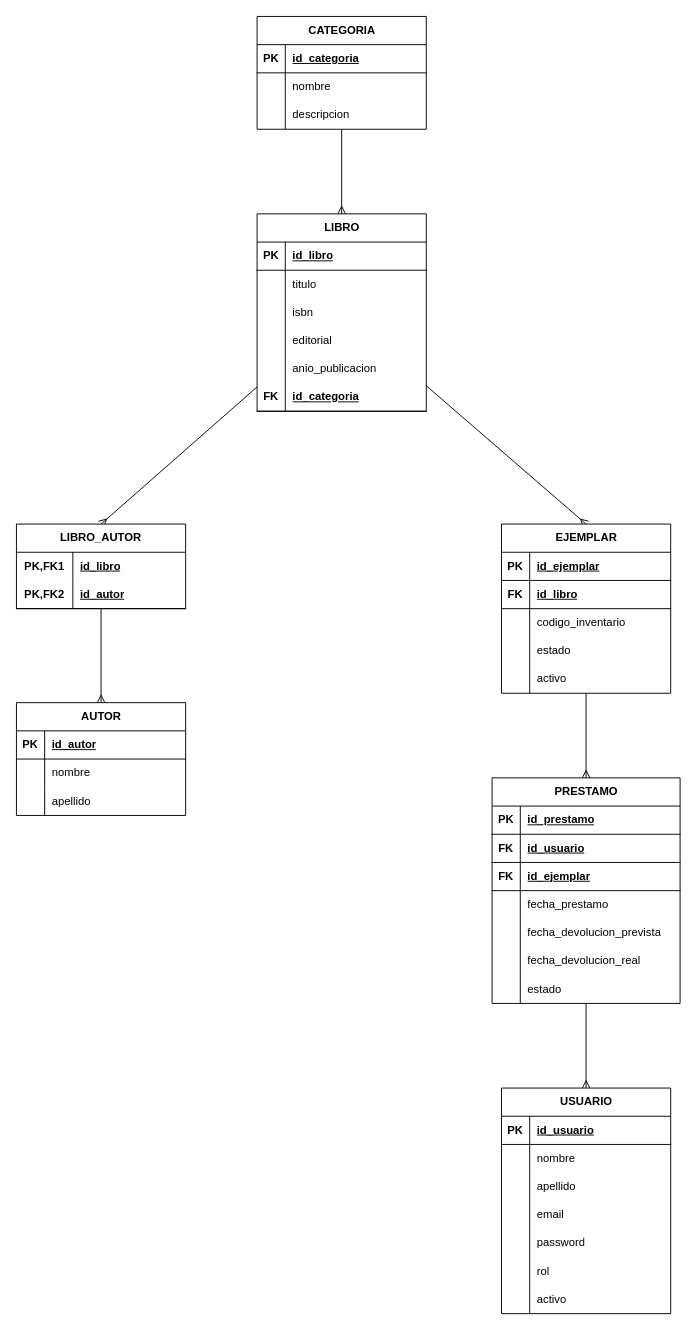
Above: database/DER-BiblioGest.drawio in LuMendez7/TRABAJO-FINAL---GRUPO-205 (draw.io), before the change. Source tidied: cells renumbered, new cells numbered last; positions are measured from the earlier drawing's top-left corner, leaving out a move shared by most shapes. Both pictures are drawn from the tidied source at 94%, with x=0, y=0 at pixel (16, 16).
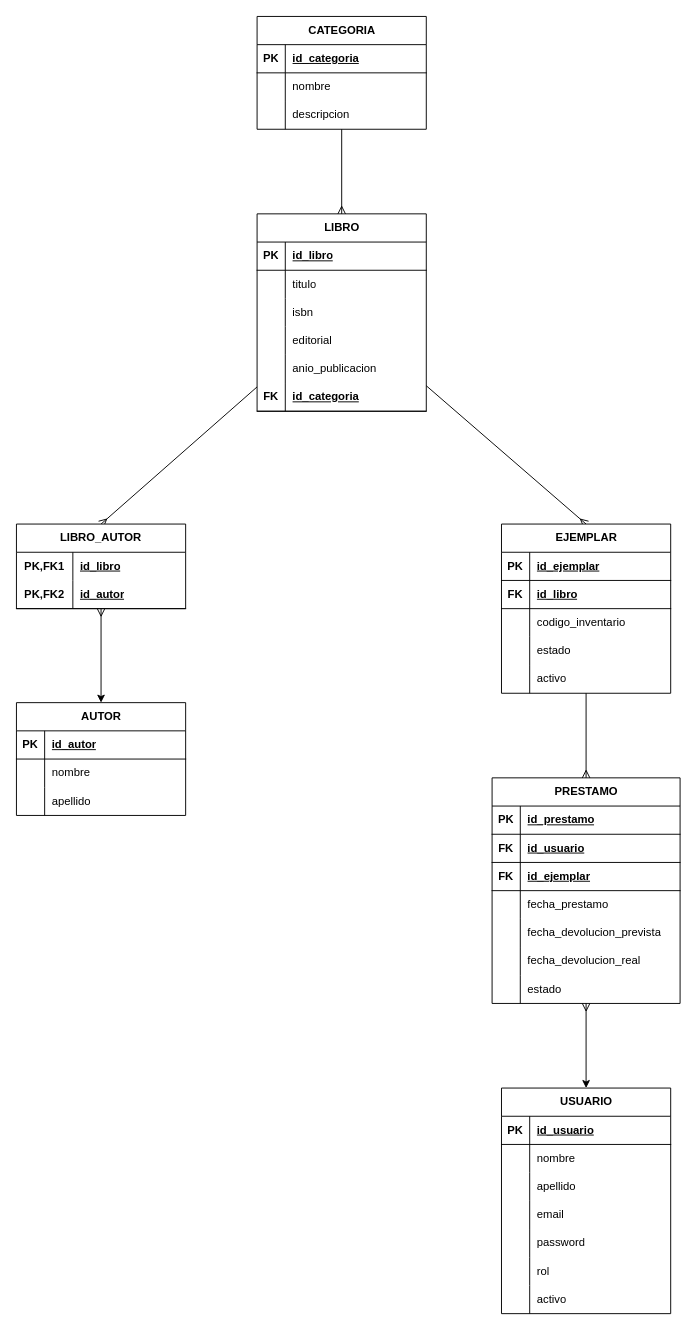
After the change.

Commit message (it also covers changes not shown here):
Mejora arquitectura, modulos y corrige cardinalidades del DER

Unchanged cells that the change refers to:
```xml
<mxCell id="2" value="USUARIO" style="shape=table;startSize=30;childLayout=tableLayout;rowLines=0;fontStyle=1;align=center;html=1;" parent="1" vertex="1">
  <mxGeometry x="516" y="1140" width="180" height="240" as="geometry" />
</mxCell>
<mxCell id="56" value="AUTOR" style="shape=table;startSize=30;childLayout=tableLayout;rowLines=0;fontStyle=1;align=center;html=1;" parent="1" vertex="1">
  <mxGeometry y="730" width="180" height="120" as="geometry" />
</mxCell>
<mxCell id="67" value="PRESTAMO" style="shape=table;startSize=30;childLayout=tableLayout;rowLines=0;fontStyle=1;align=center;html=1;" parent="1" vertex="1">
  <mxGeometry x="506" y="810" width="200" height="240" as="geometry" />
</mxCell>
<mxCell id="107" value="&lt;span style=&quot;white-space: nowrap;&quot;&gt;LIBRO_AUTOR&lt;/span&gt;" style="shape=table;startSize=30;childLayout=tableLayout;rowLines=0;fontStyle=1;align=center;html=1;whiteSpace=wrap;" parent="1" vertex="1">
  <mxGeometry y="540" width="180" height="90" as="geometry" />
</mxCell>
```

The edit, as a diff of the source:
```diff
@@
-    <mxCell id="66" style="rounded=0;jettySize=auto;html=1;entryX=0.5;entryY=0;entryDx=0;entryDy=0;endArrow=ERmany;endFill=0;" parent="1" edge="1" source="67" target="2">
+    <mxCell id="66" style="rounded=0;jettySize=auto;html=1;entryX=0.5;entryY=0;entryDx=0;entryDy=0;startArrow=ERmany;startFill=0;" parent="1" edge="1" source="67" target="2">
       <mxGeometry relative="1" as="geometry" />
     </mxCell>
@@
-    <mxCell id="106" style="rounded=0;jettySize=auto;html=1;entryX=0.5;entryY=0;entryDx=0;entryDy=0;endArrow=ERmany;endFill=0;" parent="1" edge="1" source="107" target="56">
+    <mxCell id="106" style="rounded=0;jettySize=auto;html=1;entryX=0.5;entryY=0;entryDx=0;entryDy=0;startArrow=ERmany;startFill=0;" parent="1" edge="1" source="107" target="56">
       <mxGeometry relative="1" as="geometry" />
     </mxCell>
```
